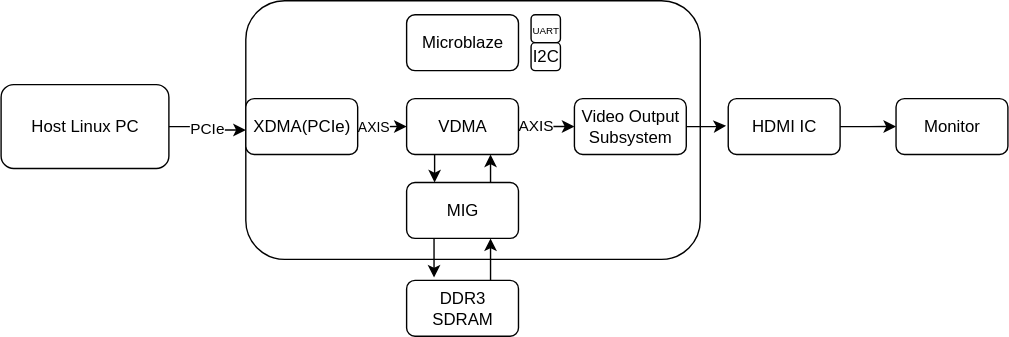
Above: doc/visuals/outputs/Hardware_Schematic.drawio.svg in alpkoyun/Simple-Display-Controller (draw.io), before the change. Source tidied: cells renumbered, new cells last; positions are measured from the earlier drawing's top-left corner, leaving out a move shared by most shapes.
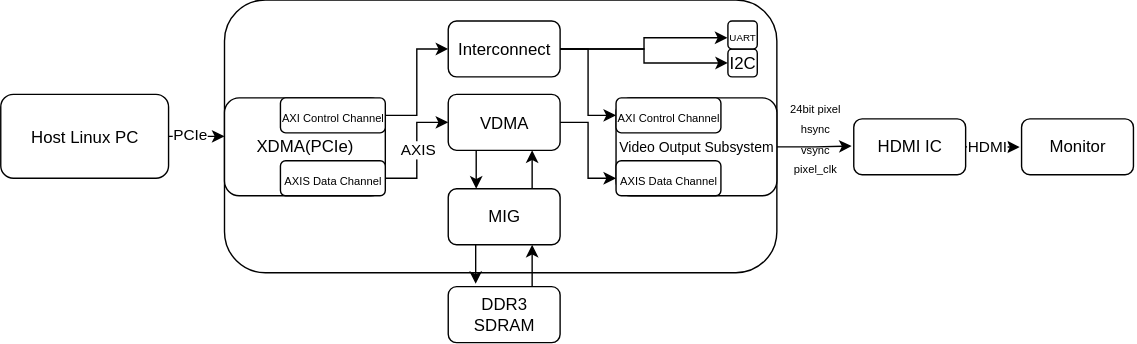
Above is the later version.

The edit, as a diff of the source:
```diff
@@ -3,25 +3,16 @@
     <mxCell id="0" />
     <mxCell id="1" parent="0" />
     <mxCell id="2" value="PCIe" style="edgeStyle=orthogonalEdgeStyle;rounded=0;jettySize=auto;html=1;" parent="1" edge="1" source="3" target="4">
-      <mxGeometry relative="1" as="geometry" />
+      <mxGeometry x="-0.25" y="3" relative="1" as="geometry">
+        <mxPoint y="1" as="offset" />
+      </mxGeometry>
     </mxCell>
     <mxCell id="3" value="Host Linux PC" style="rounded=1;whiteSpace=wrap;html=1;" parent="1" vertex="1">
-      <mxGeometry y="60" width="120" height="60" as="geometry" />
+      <mxGeometry x="-30" y="62.5" width="120" height="60" as="geometry" />
     </mxCell>
     <mxCell id="4" style="whiteSpace=wrap;html=1;rounded=1;" parent="1" vertex="1">
-      <mxGeometry x="175" width="325" height="185" as="geometry" />
+      <mxGeometry x="130" y="-5" width="395" height="195" as="geometry" />
     </mxCell>
-    <mxCell id="5" style="edgeStyle=orthogonalEdgeStyle;rounded=0;jettySize=auto;html=1;entryX=0;entryY=0.5;entryDx=0;entryDy=0;" parent="1" edge="1" source="7" target="13">
-      <mxGeometry relative="1" as="geometry" />
-    </mxCell>
-    <mxCell id="6" value="&lt;font style=&quot;font-size: 10px;&quot;&gt;AXIS&lt;/font&gt;" style="edgeLabel;html=1;align=center;verticalAlign=middle;" parent="5" vertex="1">
-      <mxGeometry x="-0.27" relative="1" as="geometry">
-        <mxPoint x="-6" as="offset" />
-      </mxGeometry>
-    </mxCell>
-    <mxCell id="7" value="XDMA(PCIe)" style="rounded=1;whiteSpace=wrap;html=1;" parent="1" vertex="1">
-      <mxGeometry x="175" y="70" width="80" height="40" as="geometry" />
-    </mxCell>
     <mxCell id="8" style="edgeStyle=orthogonalEdgeStyle;rounded=0;jettySize=auto;html=1;entryX=0.25;entryY=0;entryDx=0;entryDy=0;" parent="1" edge="1" source="13" target="16">
       <mxGeometry relative="1" as="geometry">
         <Array as="points">
@@ -30,20 +21,11 @@
         </Array>
       </mxGeometry>
     </mxCell>
-    <mxCell id="9" style="edgeStyle=orthogonalEdgeStyle;rounded=0;jettySize=auto;html=1;entryX=0;entryY=0.5;entryDx=0;entryDy=0;" parent="1" edge="1" source="13" target="20">
-      <mxGeometry relative="1" as="geometry" />
-    </mxCell>
-    <mxCell id="10" value="&lt;span style=&quot;color: rgba(0, 0, 0, 0); font-family: monospace; font-size: 0px; text-align: start; background-color: rgb(27, 29, 30);&quot;&gt;%3CmxGraphModel%3E%3Croot%3E%3CmxCell%20id%3D%220%22%2F%3E%3CmxCell%20id%3D%221%22%20parent%3D%220%22%2F%3E%3CmxCell%20id%3D%222%22%20value%3D%22%26lt%3Bfont%20style%3D%26quot%3Bfont-size%3A%2010px%3B%26quot%3B%26gt%3BAXIS%26lt%3B%2Ffont%26gt%3B%22%20style%3D%22edgeLabel%3Bhtml%3D1%3Balign%3Dcenter%3BverticalAlign%3Dmiddle%3Bresizable%3D0%3Bpoints%3D%5B%5D%3B%22%20vertex%3D%221%22%20connectable%3D%220%22%20parent%3D%221%22%3E%3CmxGeometry%20x%3D%22285.47058823529414%22%20y%3D%22270.01176470588234%22%20as%3D%22geometry%22%2F%3E%3C%2FmxCell%3E%3C%2Froot%3E%3C%2FmxGraphModel%3E&lt;/span&gt;" style="edgeLabel;html=1;align=center;verticalAlign=middle;" parent="9" vertex="1">
-      <mxGeometry x="0.11" relative="1" as="geometry" />
-    </mxCell>
-    <mxCell id="11" value="&lt;span style=&quot;color: rgba(0, 0, 0, 0); font-family: monospace; font-size: 0px; text-align: start; background-color: rgb(27, 29, 30);&quot;&gt;%3CmxGraphModel%3E%3Croot%3E%3CmxCell%20id%3D%220%22%2F%3E%3CmxCell%20id%3D%221%22%20parent%3D%220%22%2F%3E%3CmxCell%20id%3D%222%22%20value%3D%22%26lt%3Bfont%20style%3D%26quot%3Bfont-size%3A%2010px%3B%26quot%3B%26gt%3BAXIS%26lt%3B%2Ffont%26gt%3B%22%20style%3D%22edgeLabel%3Bhtml%3D1%3Balign%3Dcenter%3BverticalAlign%3Dmiddle%3Bresizable%3D0%3Bpoints%3D%5B%5D%3B%22%20vertex%3D%221%22%20connectable%3D%220%22%20parent%3D%221%22%3E%3CmxGeometry%20x%3D%22285.47058823529414%22%20y%3D%22270.01176470588234%22%20as%3D%22geometry%22%2F%3E%3C%2FmxCell%3E%3C%2Froot%3E%3C%2FmxGraphModel%3Ea&lt;/span&gt;" style="edgeLabel;html=1;align=center;verticalAlign=middle;" parent="9" vertex="1">
-      <mxGeometry x="-0.38" relative="1" as="geometry" />
-    </mxCell>
-    <mxCell id="12" value="AXIS" style="edgeLabel;html=1;align=center;verticalAlign=middle;" parent="9" vertex="1">
-      <mxGeometry x="-0.39" y="1" relative="1" as="geometry" />
-    </mxCell>
+    <mxCell id="27" style="edgeStyle=orthogonalEdgeStyle;rounded=0;jettySize=auto;html=1;entryX=0;entryY=0.5;entryDx=0;entryDy=0;" parent="1" edge="1" source="13" target="36">
+      <mxGeometry relative="1" as="geometry" />
+    </mxCell>
     <mxCell id="13" value="VDMA" style="rounded=1;whiteSpace=wrap;html=1;" parent="1" vertex="1">
-      <mxGeometry x="290" y="70" width="80" height="40" as="geometry" />
+      <mxGeometry x="290" y="62.5" width="80" height="40" as="geometry" />
     </mxCell>
     <mxCell id="14" style="edgeStyle=orthogonalEdgeStyle;rounded=0;jettySize=auto;html=1;entryX=0.75;entryY=1;entryDx=0;entryDy=0;" parent="1" edge="1" source="16" target="13">
       <mxGeometry relative="1" as="geometry">
@@ -74,31 +56,76 @@
     <mxCell id="18" value="DDR3 SDRAM" style="rounded=1;whiteSpace=wrap;html=1;" parent="1" vertex="1">
       <mxGeometry x="290" y="200" width="80" height="40" as="geometry" />
     </mxCell>
-    <mxCell id="19" value="Microblaze" style="rounded=1;whiteSpace=wrap;html=1;" parent="1" vertex="1">
-      <mxGeometry x="290" y="10" width="80" height="40" as="geometry" />
-    </mxCell>
-    <mxCell id="20" value="Video Output Subsystem" style="rounded=1;whiteSpace=wrap;html=1;" parent="1" vertex="1">
-      <mxGeometry x="410" y="70" width="80" height="40" as="geometry" />
-    </mxCell>
-    <mxCell id="21" style="edgeStyle=orthogonalEdgeStyle;rounded=0;jettySize=auto;html=1;" parent="1" edge="1" source="22">
-      <mxGeometry relative="1" as="geometry">
-        <mxPoint x="640" y="90" as="targetPoint" />
-      </mxGeometry>
-    </mxCell>
     <mxCell id="22" value="HDMI IC" style="rounded=1;whiteSpace=wrap;html=1;" parent="1" vertex="1">
-      <mxGeometry x="520" y="70" width="80" height="40" as="geometry" />
+      <mxGeometry x="580" y="80" width="80" height="40" as="geometry" />
     </mxCell>
-    <mxCell id="23" style="edgeStyle=orthogonalEdgeStyle;rounded=0;jettySize=auto;html=1;entryX=-0.019;entryY=0.486;entryDx=0;entryDy=0;entryPerimeter=0;" parent="1" edge="1" source="20" target="22">
+    <mxCell id="23" style="edgeStyle=orthogonalEdgeStyle;rounded=0;jettySize=auto;html=1;entryX=-0.019;entryY=0.486;entryDx=0;entryDy=0;entryPerimeter=0;exitX=1;exitY=0.5;exitDx=0;exitDy=0;" parent="1" edge="1" source="20" target="22">
       <mxGeometry relative="1" as="geometry" />
     </mxCell>
     <mxCell id="24" value="Monitor" style="rounded=1;whiteSpace=wrap;html=1;" parent="1" vertex="1">
-      <mxGeometry x="640" y="70" width="80" height="40" as="geometry" />
+      <mxGeometry x="700" y="80" width="80" height="40" as="geometry" />
     </mxCell>
     <mxCell id="25" value="I2C" style="rounded=1;whiteSpace=wrap;html=1;" parent="1" vertex="1">
-      <mxGeometry x="379" y="30" width="21" height="20" as="geometry" />
+      <mxGeometry x="490" y="30" width="21" height="20" as="geometry" />
     </mxCell>
     <mxCell id="26" value="&lt;font style=&quot;font-size: 7px;&quot;&gt;UART&lt;/font&gt;" style="rounded=1;whiteSpace=wrap;html=1;" parent="1" vertex="1">
-      <mxGeometry x="379" y="10" width="21" height="20" as="geometry" />
+      <mxGeometry x="490" y="10" width="21" height="20" as="geometry" />
     </mxCell>
+    <mxCell id="28" value="&lt;font style=&quot;font-size: 8px;&quot;&gt;24bit pixel&lt;/font&gt;&lt;div&gt;&lt;font style=&quot;font-size: 8px;&quot;&gt;hsync&lt;/font&gt;&lt;/div&gt;&lt;div&gt;&lt;font style=&quot;font-size: 8px;&quot;&gt;vsync&lt;/font&gt;&lt;/div&gt;&lt;div&gt;&lt;font style=&quot;font-size: 8px;&quot;&gt;pixel_clk&lt;/font&gt;&lt;/div&gt;" style="text;html=1;align=center;verticalAlign=middle;whiteSpace=wrap;rounded=0;" parent="1" vertex="1">
+      <mxGeometry x="530" y="85" width="45" height="15" as="geometry" />
+    </mxCell>
+    <mxCell id="29" style="edgeStyle=orthogonalEdgeStyle;rounded=0;jettySize=auto;html=1;entryX=0;entryY=0.5;entryDx=0;entryDy=0;" parent="1" edge="1" source="38" target="13">
+      <mxGeometry relative="1" as="geometry" />
+    </mxCell>
+    <mxCell id="12" value="AXIS" style="edgeLabel;html=1;align=center;verticalAlign=middle;" parent="29" vertex="1">
+      <mxGeometry x="0.01" relative="1" as="geometry" />
+    </mxCell>
+    <mxCell id="30" style="edgeStyle=orthogonalEdgeStyle;rounded=0;jettySize=auto;html=1;entryX=0;entryY=0.5;entryDx=0;entryDy=0;" parent="1" edge="1" source="39" target="33">
+      <mxGeometry relative="1" as="geometry" />
+    </mxCell>
+    <mxCell id="31" style="edgeStyle=orthogonalEdgeStyle;rounded=0;jettySize=auto;html=1;entryX=0;entryY=0.5;entryDx=0;entryDy=0;" parent="1" edge="1" source="33" target="25">
+      <mxGeometry relative="1" as="geometry" />
+    </mxCell>
+    <mxCell id="32" style="edgeStyle=orthogonalEdgeStyle;rounded=0;jettySize=auto;html=1;entryX=0;entryY=0.5;entryDx=0;entryDy=0;" parent="1" edge="1" source="33" target="35">
+      <mxGeometry relative="1" as="geometry" />
+    </mxCell>
+    <mxCell id="33" value="Interconnect" style="rounded=1;whiteSpace=wrap;html=1;" parent="1" vertex="1">
+      <mxGeometry x="290" y="10" width="80" height="40" as="geometry" />
+    </mxCell>
+    <mxCell id="34" style="group;" parent="1" vertex="1">
+      <mxGeometry x="410" y="65" width="115" height="70" as="geometry" />
+    </mxCell>
+    <mxCell id="20" value="&lt;div style=&quot;&quot;&gt;&lt;span style=&quot;background-color: transparent; color: light-dark(rgb(0, 0, 0), rgb(255, 255, 255));&quot;&gt;&lt;font style=&quot;font-size: 10px;&quot;&gt;Video Output Subsystem&lt;/font&gt;&lt;/span&gt;&lt;/div&gt;" style="rounded=1;whiteSpace=wrap;html=1;align=center;" parent="34" vertex="1">
+      <mxGeometry width="115" height="70" as="geometry" />
+    </mxCell>
+    <mxCell id="35" value="&lt;font style=&quot;font-size: 8px;&quot;&gt;AXI Control Channel&lt;/font&gt;" style="rounded=1;whiteSpace=wrap;html=1;" parent="34" vertex="1">
+      <mxGeometry width="75" height="25" as="geometry" />
+    </mxCell>
+    <mxCell id="36" value="&lt;font style=&quot;font-size: 8px;&quot;&gt;AXIS Data Channel&lt;/font&gt;" style="rounded=1;whiteSpace=wrap;html=1;" parent="34" vertex="1">
+      <mxGeometry y="45" width="75" height="25" as="geometry" />
+    </mxCell>
+    <mxCell id="37" style="group;" parent="1" vertex="1">
+      <mxGeometry x="130" y="65" width="115" height="70" as="geometry" />
+    </mxCell>
+    <mxCell id="7" value="XDMA(PCIe)" style="rounded=1;whiteSpace=wrap;html=1;" parent="37" vertex="1">
+      <mxGeometry width="115" height="70" as="geometry" />
+    </mxCell>
+    <mxCell id="38" value="&lt;font style=&quot;font-size: 8px;&quot;&gt;AXIS Data Channel&lt;/font&gt;" style="rounded=1;whiteSpace=wrap;html=1;" parent="37" vertex="1">
+      <mxGeometry x="40" y="45" width="75" height="25" as="geometry" />
+    </mxCell>
+    <mxCell id="39" value="&lt;font style=&quot;font-size: 8px;&quot;&gt;AXI Control Channel&lt;/font&gt;" style="rounded=1;whiteSpace=wrap;html=1;" parent="37" vertex="1">
+      <mxGeometry x="40" width="75" height="25" as="geometry" />
+    </mxCell>
+    <mxCell id="40" style="edgeStyle=orthogonalEdgeStyle;rounded=0;jettySize=auto;html=1;entryX=-0.017;entryY=0.6;entryDx=0;entryDy=0;entryPerimeter=0;" parent="1" edge="1" source="33" target="26">
+      <mxGeometry relative="1" as="geometry" />
+    </mxCell>
+    <mxCell id="41" style="edgeStyle=orthogonalEdgeStyle;rounded=0;jettySize=auto;html=1;entryX=-0.017;entryY=0.505;entryDx=0;entryDy=0;entryPerimeter=0;" parent="1" edge="1" source="22" target="24">
+      <mxGeometry relative="1" as="geometry" />
+    </mxCell>
+    <mxCell id="42" value="HDMI" style="edgeLabel;html=1;align=center;verticalAlign=middle;" parent="41" vertex="1">
+      <mxGeometry x="0.58" relative="1" as="geometry">
+        <mxPoint x="-16" as="offset" />
+      </mxGeometry>
+    </mxCell>
   </root>
 </mxGraphModel>
```
